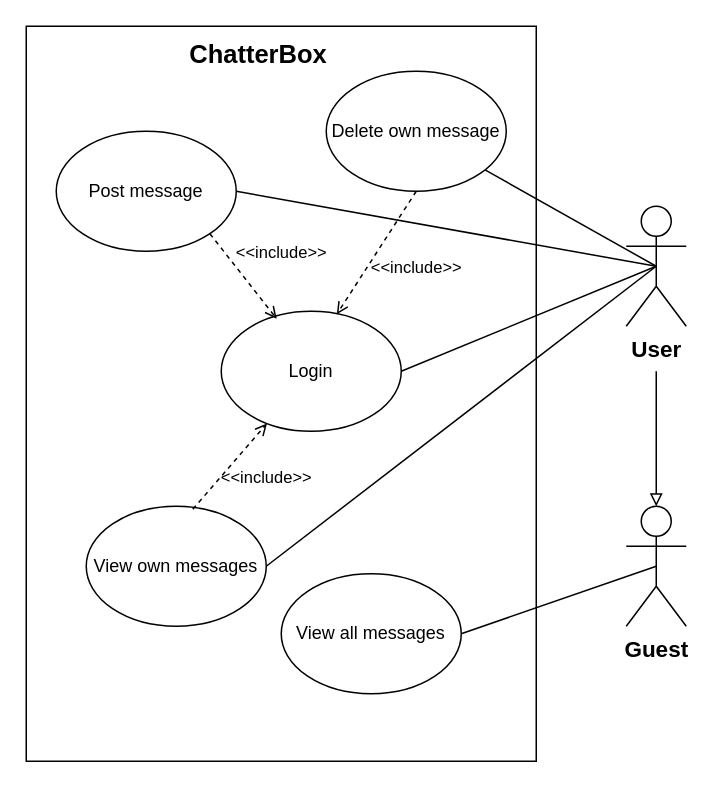
SaraMalmstedt/Chatterbox_Group3 keeps this draw.io diagram as page "Use case-diagram" (1 of 2) of diagrams/use_case_diagram.drawio. Above is the earlier version. Source tidied: cells renumbered, new cells numbered last; positions are measured from the earlier drawing's top-left corner, leaving out a move shared by most shapes. Both pictures are drawn from the tidied source at 150%, with x=0, y=0 at pixel (26, 26).
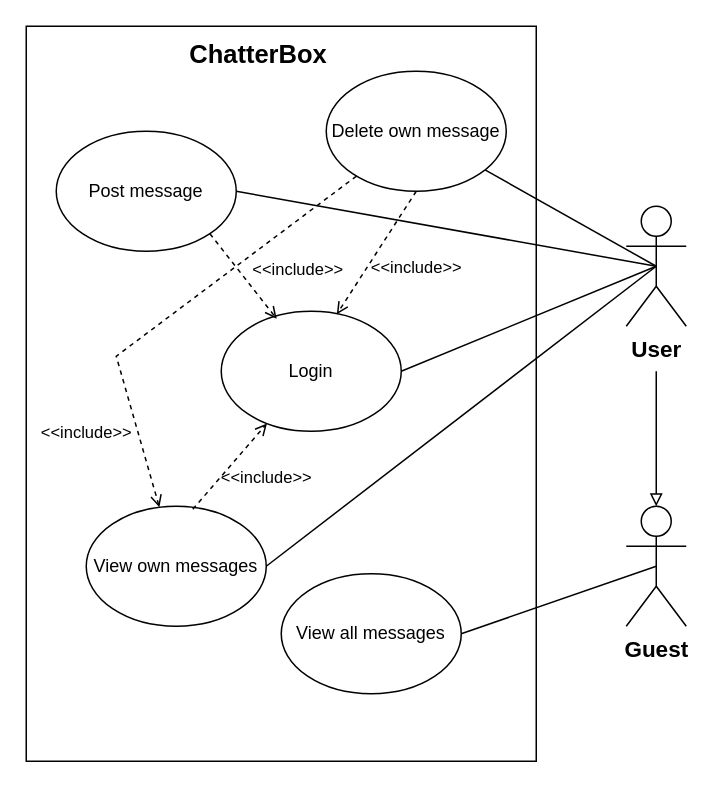
Above is the later version.

The change refers to these unchanged cells:
```xml
<mxCell id="4" value="Delete own message" style="ellipse;whiteSpace=wrap;html=1;shapeInside=1;" parent="1" vertex="1">
  <mxGeometry x="200" y="30" width="120" height="80" as="geometry" />
</mxCell>
<mxCell id="5" value="View own messages" style="ellipse;whiteSpace=wrap;html=1;shapeInside=1;" parent="1" vertex="1">
  <mxGeometry x="40" y="320" width="120" height="80" as="geometry" />
</mxCell>
<mxCell id="7" value="Login" style="ellipse;whiteSpace=wrap;html=1;shapeInside=1;" parent="1" vertex="1">
  <mxGeometry x="130" y="190" width="120" height="80" as="geometry" />
</mxCell>
<mxCell id="8" value="Post message" style="ellipse;whiteSpace=wrap;html=1;shapeInside=1;" parent="1" vertex="1">
  <mxGeometry x="20" y="70" width="120" height="80" as="geometry" />
</mxCell>
```

Diff of the diagram source:
```diff
@@
     <mxCell id="17" value="&amp;lt;&amp;lt;include&amp;gt;&amp;gt;" style="html=1;verticalAlign=bottom;labelBackgroundColor=none;endArrow=open;endFill=0;dashed=1;rounded=0;exitX=1;exitY=1;exitDx=0;exitDy=0;entryX=0.308;entryY=0.063;entryDx=0;entryDy=0;entryPerimeter=0;" parent="1" edge="1" source="8" target="7">
-      <mxGeometry x="0.29" y="24" relative="1" as="geometry" />
+      <mxGeometry x="0.68" y="26" relative="1" as="geometry">
+        <mxPoint y="1" as="offset" />
+      </mxGeometry>
     </mxCell>
@@
+    <mxCell id="20" value="&amp;lt;&amp;lt;include&amp;gt;&amp;gt;" style="html=1;verticalAlign=bottom;labelBackgroundColor=none;endArrow=open;endFill=0;dashed=1;rounded=0;" parent="1" edge="1" source="4" target="5">
+      <mxGeometry x="0.65" y="-36" relative="1" as="geometry">
+        <Array as="points">
+          <mxPoint x="60" y="220" />
+        </Array>
+      </mxGeometry>
+    </mxCell>
```
